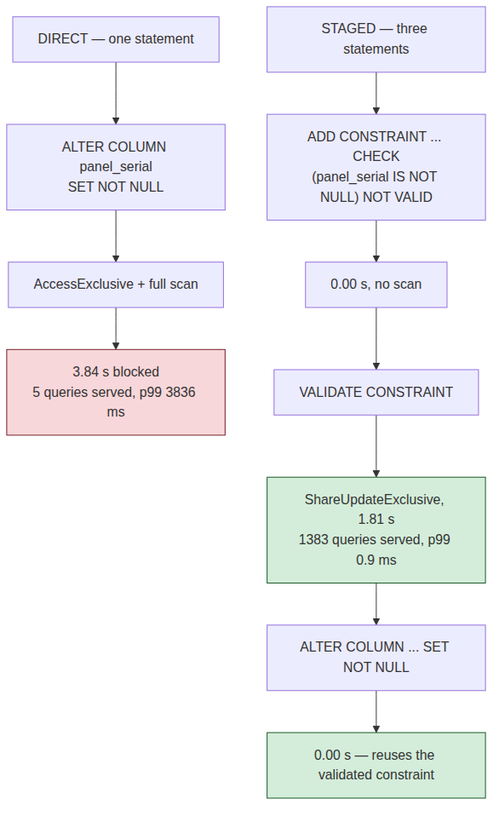
This is markdown/system-design-interview/assets/005/04-notnull.png from haraGADygyl/medium-python-articles, a Mermaid export, as it was before one commit. Its source is kept beside it as markdown/system-design-interview/assets/005/04-notnull.mmd. The source it was exported from:
```mermaid
flowchart TD
    D0["DIRECT — one statement"] --> D1["ALTER COLUMN panel_serial<br/>SET NOT NULL"]
    D1 --> D2["AccessExclusive + full scan"]
    D2 --> D3["3.84 s blocked<br/>5 queries served, p99 3836 ms"]
    S0["STAGED — three statements"] --> S1["ADD CONSTRAINT ... CHECK<br/>(panel_serial IS NOT NULL) NOT VALID"]
    S1 --> S2["0.00 s, no scan"]
    S2 --> S3["VALIDATE CONSTRAINT"]
    S3 --> S4["ShareUpdateExclusive, 1.81 s<br/>1383 queries served, p99 0.9 ms"]
    S4 --> S5["ALTER COLUMN ... SET NOT NULL"]
    S5 --> S6["0.00 s — reuses the validated constraint"]
    style D3 fill:#f8d7da,stroke:#721c24
    style S4 fill:#d4edda,stroke:#155724
    style S6 fill:#d4edda,stroke:#155724
```
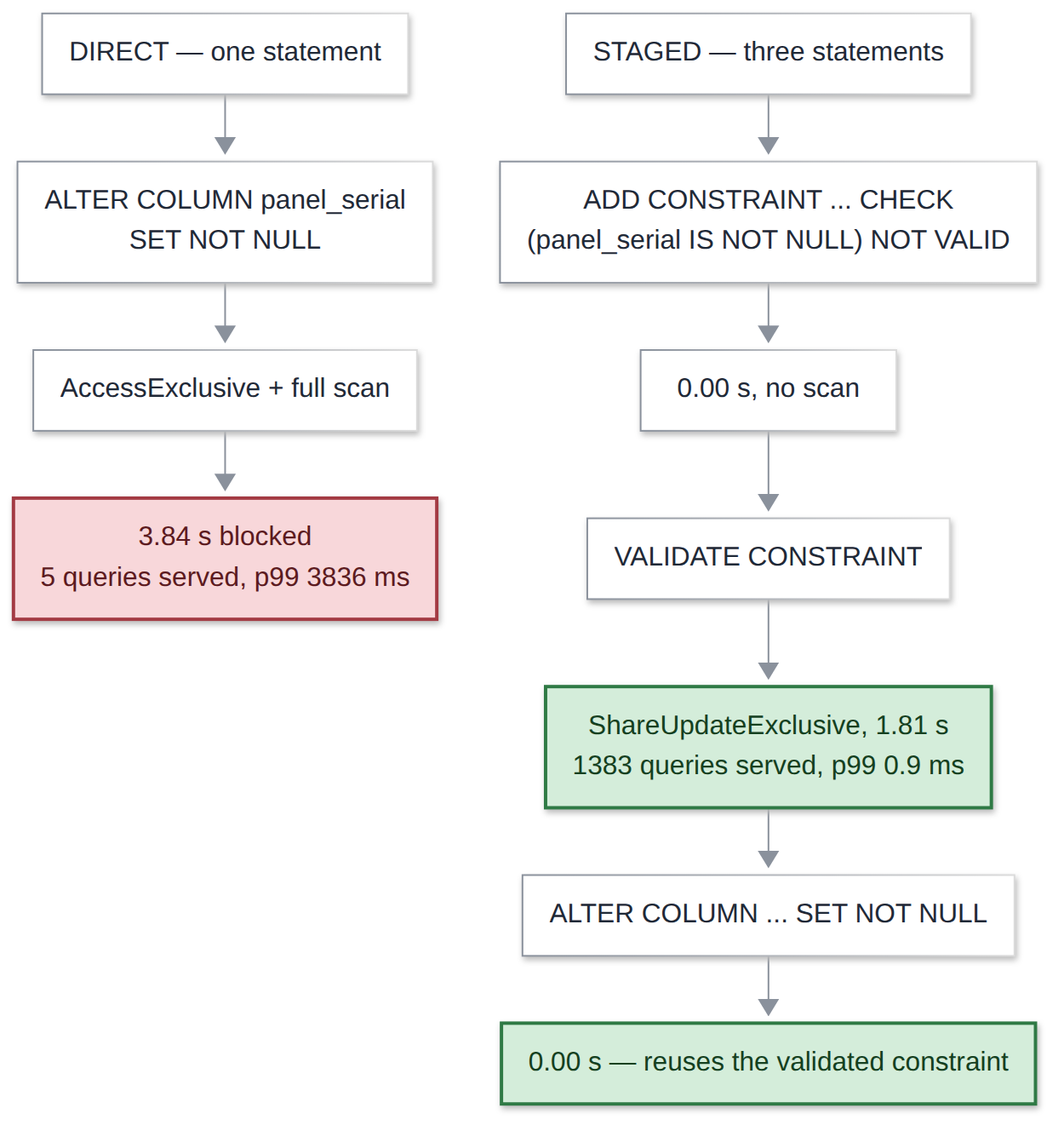
After the commit.

The edit, as a diff of the source:
```diff
@@ -8,6 +8,7 @@
     S3 --> S4["ShareUpdateExclusive, 1.81 s<br/>1383 queries served, p99 0.9 ms"]
     S4 --> S5["ALTER COLUMN ... SET NOT NULL"]
     S5 --> S6["0.00 s — reuses the validated constraint"]
-    style D3 fill:#f8d7da,stroke:#721c24
-    style S4 fill:#d4edda,stroke:#155724
-    style S6 fill:#d4edda,stroke:#155724
+    classDef ok fill:#d4edda,stroke:#2f7a45,stroke-width:2px,color:#14401f
+    classDef bad fill:#f8d7da,stroke:#a33a43,stroke-width:2px,color:#5c1a20
+    class S4,S6 ok
+    class D3 bad
```
